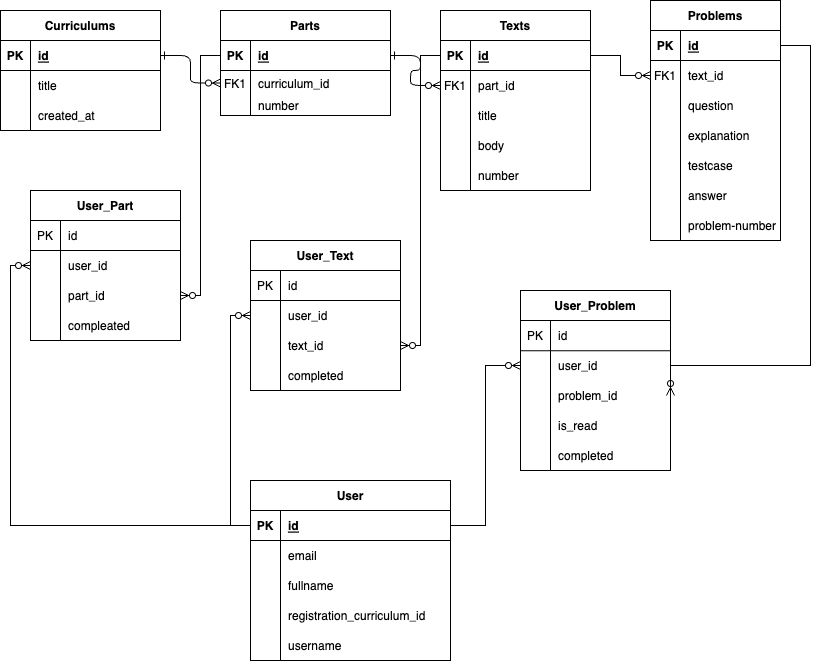
Earlier version of the draw.io export docs/db/image/cource-library.png (conea0/course-library). Source tidied: cells renumbered, new cells last; positions are measured from the earlier drawing's top-left corner, leaving out a move shared by most shapes.
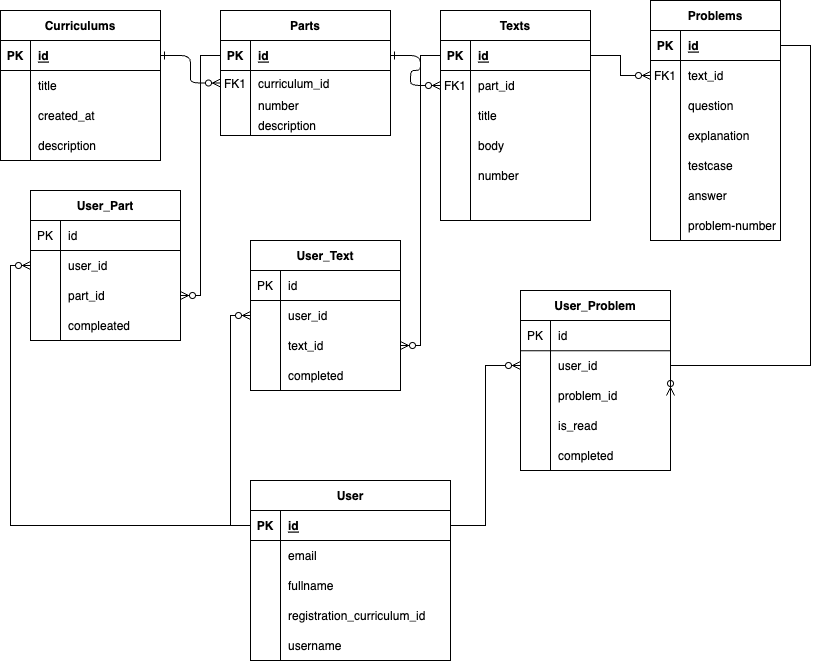
The same diagram one commit later.

Commit message:
[add] descriptionを必要そうなテーブルに追加。partsに関してはnull allowでも良さそう

Change to the diagram source:
```diff
@@ -9,7 +9,7 @@
       <mxGeometry relative="1" as="geometry" />
     </mxCell>
     <mxCell id="4" value="Parts" style="shape=table;startSize=30;rowLines=0;fontStyle=1;align=center;" parent="1" vertex="1">
-      <mxGeometry x="220" y="10" width="170" height="105" as="geometry" />
+      <mxGeometry x="220" y="10" width="170" height="125" as="geometry" />
     </mxCell>
     <mxCell id="5" style="shape=partialRectangle;fillColor=none;points=[[0,0.5],[1,0.5]];portConstraint=eastwest;top=0;left=0;right=0;bottom=1;" parent="4" vertex="1">
       <mxGeometry y="30" width="170" height="30" as="geometry" />
@@ -38,8 +38,17 @@
     <mxCell id="13" value="number" style="shape=partialRectangle;overflow=hidden;fillColor=none;top=0;left=0;bottom=0;right=0;align=left;spacingLeft=6;" parent="11" vertex="1">
       <mxGeometry x="30" width="140" height="20" as="geometry" />
     </mxCell>
+    <mxCell id="133" style="shape=partialRectangle;fillColor=none;top=0;left=0;right=0;bottom=0;" parent="4" vertex="1">
+      <mxGeometry y="105" width="170" height="20" as="geometry" />
+    </mxCell>
+    <mxCell id="134" style="shape=partialRectangle;overflow=hidden;fillColor=none;top=0;left=0;bottom=0;right=0;" parent="133" vertex="1">
+      <mxGeometry width="30" height="20" as="geometry" />
+    </mxCell>
+    <mxCell id="135" value="description" style="shape=partialRectangle;overflow=hidden;fillColor=none;top=0;left=0;bottom=0;right=0;align=left;spacingLeft=6;" parent="133" vertex="1">
+      <mxGeometry x="30" width="140" height="20" as="geometry" />
+    </mxCell>
     <mxCell id="14" value="Texts" style="shape=table;startSize=30;rowLines=0;fontStyle=1;align=center;" parent="1" vertex="1">
-      <mxGeometry x="440" y="10" width="150" height="180" as="geometry" />
+      <mxGeometry x="440" y="10" width="150" height="210" as="geometry" />
     </mxCell>
     <mxCell id="15" style="shape=partialRectangle;fillColor=none;points=[[0,0.5],[1,0.5]];portConstraint=eastwest;top=0;left=0;right=0;bottom=1;" parent="14" vertex="1">
       <mxGeometry y="30" width="150" height="30" as="geometry" />
@@ -86,8 +95,17 @@
     <mxCell id="29" value="number" style="shape=partialRectangle;overflow=hidden;fillColor=none;top=0;left=0;bottom=0;right=0;align=left;spacingLeft=6;" parent="27" vertex="1">
       <mxGeometry x="30" width="120" height="30" as="geometry" />
     </mxCell>
+    <mxCell id="136" style="shape=partialRectangle;fillColor=none;top=0;left=0;right=0;bottom=0;" parent="14" vertex="1">
+      <mxGeometry y="180" width="150" height="30" as="geometry" />
+    </mxCell>
+    <mxCell id="137" style="shape=partialRectangle;overflow=hidden;fillColor=none;top=0;left=0;bottom=0;right=0;" parent="136" vertex="1">
+      <mxGeometry width="30" height="30" as="geometry" />
+    </mxCell>
+    <mxCell id="138" style="shape=partialRectangle;overflow=hidden;fillColor=none;top=0;left=0;bottom=0;right=0;align=left;spacingLeft=6;" parent="136" vertex="1">
+      <mxGeometry x="30" width="120" height="30" as="geometry" />
+    </mxCell>
     <mxCell id="30" value="Curriculums" style="shape=table;startSize=30;rowLines=0;fontStyle=1;align=center;" parent="1" vertex="1">
-      <mxGeometry y="10" width="160" height="120" as="geometry" />
+      <mxGeometry y="10" width="160" height="150" as="geometry" />
     </mxCell>
     <mxCell id="31" style="shape=partialRectangle;fillColor=none;points=[[0,0.5],[1,0.5]];portConstraint=eastwest;top=0;left=0;right=0;bottom=1;" parent="30" vertex="1">
       <mxGeometry y="30" width="160" height="30" as="geometry" />
@@ -116,6 +134,15 @@
     <mxCell id="39" value="created_at" style="shape=partialRectangle;overflow=hidden;fillColor=none;top=0;left=0;bottom=0;right=0;align=left;spacingLeft=6;" parent="37" vertex="1">
       <mxGeometry x="30" width="130" height="30" as="geometry" />
     </mxCell>
+    <mxCell id="139" style="shape=partialRectangle;fillColor=none;top=0;left=0;right=0;bottom=0;" parent="30" vertex="1">
+      <mxGeometry y="120" width="160" height="30" as="geometry" />
+    </mxCell>
+    <mxCell id="140" style="shape=partialRectangle;overflow=hidden;fillColor=none;top=0;left=0;bottom=0;right=0;" parent="139" vertex="1">
+      <mxGeometry width="30" height="30" as="geometry" />
+    </mxCell>
+    <mxCell id="141" value="description" style="shape=partialRectangle;overflow=hidden;fillColor=none;top=0;left=0;bottom=0;right=0;align=left;spacingLeft=6;" parent="139" vertex="1">
+      <mxGeometry x="30" width="130" height="30" as="geometry" />
+    </mxCell>
     <mxCell id="40" value="title" style="shape=partialRectangle;overflow=hidden;fillColor=none;top=0;left=0;bottom=0;right=0;align=left;spacingLeft=6;" parent="1" vertex="1">
       <mxGeometry x="30" y="70" width="130" height="30" as="geometry" />
     </mxCell>
```
